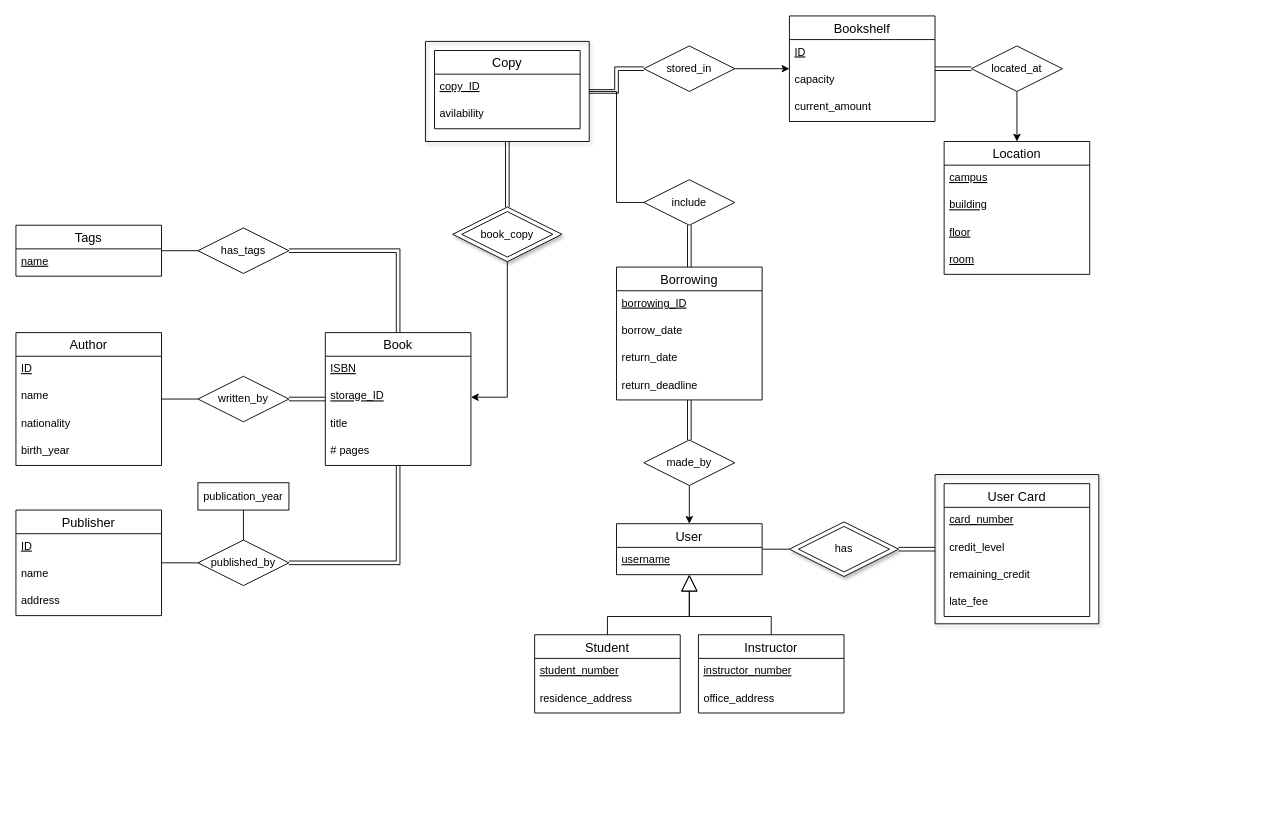
Kassaking7/eLibraryManagementSystem keeps this draw.io diagram as schema/er_diagram/ER_diagram_draft.drawio. Above is the earlier version. Source tidied: cells renumbered, new cells numbered last; positions are measured from the earlier drawing's top-left corner, leaving out a move shared by most shapes. Both pictures are drawn from the tidied source at 91%, with x=0, y=0 at pixel (15, 15).
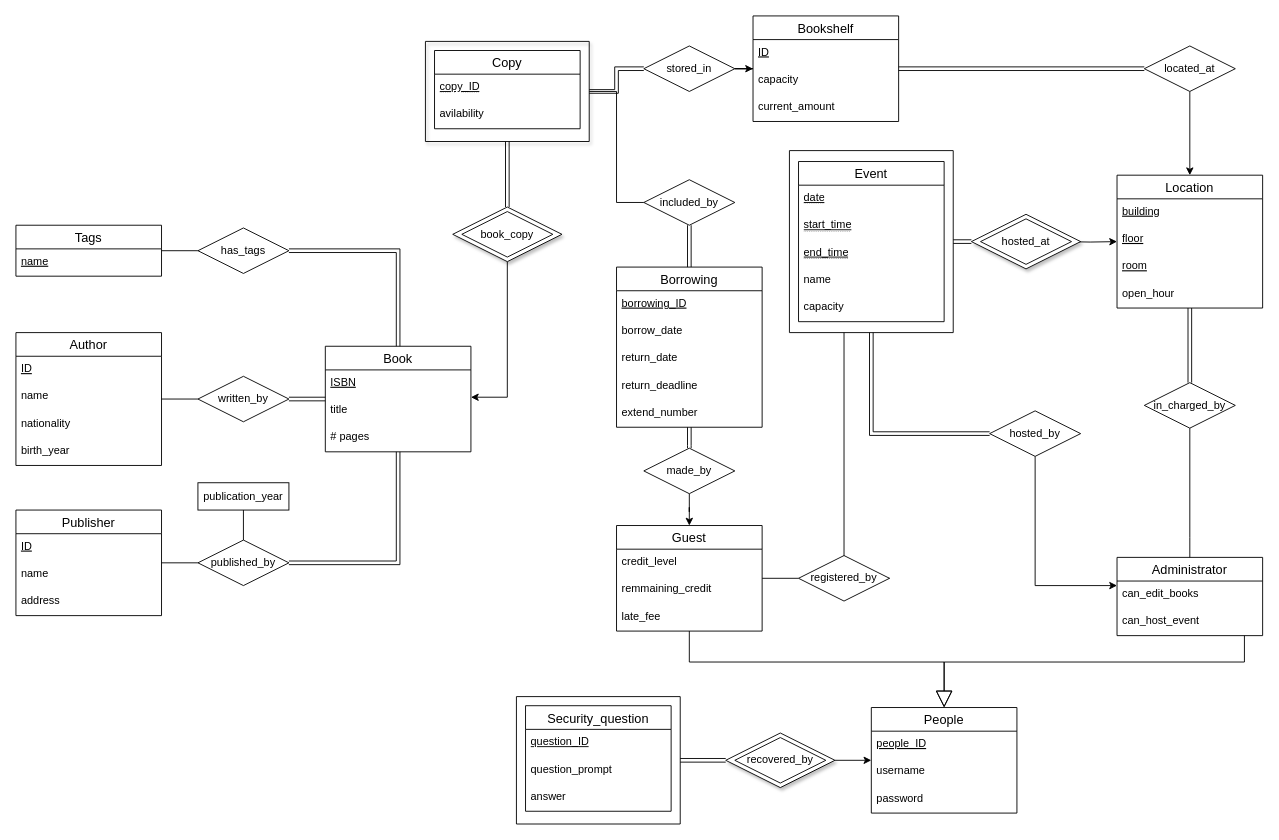
Above is the later version.

The change refers to these unchanged cells:
```xml
<mxCell id="73" value="Copy" style="swimlane;fontStyle=0;horizontal=1;startSize=26;align=center;fontSize=14;" parent="1" vertex="1">
  <mxGeometry x="460" y="38" width="160" height="86" as="geometry" />
</mxCell>
<mxCell id="79" style="rhombus;whiteSpace=wrap;html=1;shadow=1;" parent="1" vertex="1">
  <mxGeometry x="480" y="210" width="120" height="60" as="geometry" />
</mxCell>
```

Diff of the diagram source:
```diff
@@
-    <mxCell id="2" style="rhombus;whiteSpace=wrap;html=1;shadow=1;" parent="1" vertex="1">
-      <mxGeometry x="850" y="556" width="120" height="60" as="geometry" />
-    </mxCell>
     <mxCell id="3" value="Book" style="swimlane;fontStyle=0;horizontal=1;startSize=26;align=center;fontSize=14;" parent="1" vertex="1">
-      <mxGeometry x="340" y="348" width="160" height="146" as="geometry" />
+      <mxGeometry x="340" y="363" width="160" height="116" as="geometry" />
     </mxCell>
@@
-    <mxCell id="5" value="storage_ID" style="text;strokeColor=none;fillColor=none;spacingLeft=4;spacingRight=4;overflow=hidden;points=[[0,0.5],[1,0.5]];portConstraint=eastwest;fontSize=12;fontStyle=4;" parent="3" vertex="1">
-      <mxGeometry y="56" width="160" height="30" as="geometry" />
-    </mxCell>
     <mxCell id="6" value="title" style="text;strokeColor=none;fillColor=none;spacingLeft=4;spacingRight=4;overflow=hidden;fontSize=12;" parent="3" vertex="1">
-      <mxGeometry y="86" width="160" height="30" as="geometry" />
+      <mxGeometry y="56" width="160" height="30" as="geometry" />
     </mxCell>
     <mxCell id="7" value="# pages" style="text;strokeColor=none;fillColor=none;spacingLeft=4;spacingRight=4;overflow=hidden;fontSize=12;" parent="3" vertex="1">
-      <mxGeometry y="116" width="160" height="30" as="geometry" />
+      <mxGeometry y="86" width="160" height="30" as="geometry" />
     </mxCell>
     <mxCell id="8" value="Bookshelf" style="swimlane;fontStyle=0;horizontal=1;startSize=26;align=center;fontSize=14;" parent="1" vertex="1">
-      <mxGeometry x="850" width="160" height="116" as="geometry" />
+      <mxGeometry x="810" width="160" height="116" as="geometry" />
     </mxCell>
@@
     <mxCell id="12" value="Location" style="swimlane;fontStyle=0;horizontal=1;startSize=26;align=center;fontSize=14;" parent="1" vertex="1">
-      <mxGeometry x="1020" y="138" width="160" height="146" as="geometry" />
+      <mxGeometry x="1210" y="175" width="160" height="146" as="geometry" />
     </mxCell>
-    <mxCell id="13" value="campus" style="text;strokeColor=none;fillColor=none;spacingLeft=4;spacingRight=4;overflow=hidden;fontSize=12;fontStyle=4;" parent="12" vertex="1">
-      <mxGeometry y="26" width="160" height="30" as="geometry" />
-    </mxCell>
     <mxCell id="14" value="building" style="text;strokeColor=none;fillColor=none;spacingLeft=4;spacingRight=4;overflow=hidden;fontSize=12;fontStyle=4;" parent="12" vertex="1">
-      <mxGeometry y="56" width="160" height="30" as="geometry" />
+      <mxGeometry y="26" width="160" height="30" as="geometry" />
     </mxCell>
     <mxCell id="15" value="floor" style="text;strokeColor=none;fillColor=none;spacingLeft=4;spacingRight=4;overflow=hidden;fontSize=12;fontStyle=4;" parent="12" vertex="1">
-      <mxGeometry y="86" width="160" height="30" as="geometry" />
+      <mxGeometry y="56" width="160" height="30" as="geometry" />
     </mxCell>
     <mxCell id="16" value="room" style="text;strokeColor=none;fillColor=none;spacingLeft=4;spacingRight=4;overflow=hidden;fontSize=12;fontStyle=4;" parent="12" vertex="1">
-      <mxGeometry y="116" width="160" height="30" as="geometry" />
+      <mxGeometry y="86" width="160" height="30" as="geometry" />
     </mxCell>
+    <mxCell id="83" value="open_hour" style="text;strokeColor=none;fillColor=none;spacingLeft=4;spacingRight=4;overflow=hidden;fontSize=12;fontStyle=0;" parent="12" vertex="1">
+      <mxGeometry y="116" width="160" height="30" as="geometry" />
+    </mxCell>
@@
     <mxCell id="22" value="located_at" style="rhombus;whiteSpace=wrap;html=1;" parent="1" vertex="1">
-      <mxGeometry x="1050" y="33" width="100" height="50" as="geometry" />
+      <mxGeometry x="1240" y="33" width="100" height="50" as="geometry" />
     </mxCell>
@@
-    <mxCell id="36" value="Student" style="swimlane;fontStyle=0;horizontal=1;startSize=26;align=center;fontSize=14;" parent="1" vertex="1">
-      <mxGeometry x="570" y="680" width="160" height="86" as="geometry" />
+    <mxCell id="36" value="Guest" style="swimlane;fontStyle=0;horizontal=1;startSize=26;align=center;fontSize=14;" parent="1" vertex="1">
+      <mxGeometry x="660" y="560" width="160" height="116" as="geometry" />
     </mxCell>
-    <mxCell id="37" value="student_number" style="text;strokeColor=none;fillColor=none;spacingLeft=4;spacingRight=4;overflow=hidden;fontSize=12;fontStyle=4;" parent="36" vertex="1">
+    <mxCell id="37" value="credit_level" style="text;strokeColor=none;fillColor=none;spacingLeft=4;spacingRight=4;overflow=hidden;fontSize=12;fontStyle=0;" parent="36" vertex="1">
       <mxGeometry y="26" width="160" height="30" as="geometry" />
     </mxCell>
-    <mxCell id="38" value="residence_address" style="text;strokeColor=none;fillColor=none;spacingLeft=4;spacingRight=4;overflow=hidden;fontSize=12;" parent="36" vertex="1">
+    <mxCell id="38" value="remmaining_credit" style="text;strokeColor=none;fillColor=none;spacingLeft=4;spacingRight=4;overflow=hidden;fontSize=12;" parent="36" vertex="1">
       <mxGeometry y="56" width="160" height="30" as="geometry" />
     </mxCell>
+    <mxCell id="65" value="late_fee" style="text;strokeColor=none;fillColor=none;spacingLeft=4;spacingRight=4;overflow=hidden;fontSize=12;" parent="36" vertex="1">
+      <mxGeometry y="86" width="160" height="30" as="geometry" />
+    </mxCell>
-    <mxCell id="39" value="User" style="swimlane;fontStyle=0;horizontal=1;startSize=26;align=center;fontSize=14;" parent="1" vertex="1">
-      <mxGeometry x="660" y="558" width="160" height="56" as="geometry" />
+    <mxCell id="39" value="People" style="swimlane;fontStyle=0;horizontal=1;startSize=26;align=center;fontSize=14;" parent="1" vertex="1">
+      <mxGeometry x="940" y="760" width="160" height="116" as="geometry" />
     </mxCell>
-    <mxCell id="40" value="username" style="text;strokeColor=none;fillColor=none;spacingLeft=4;spacingRight=4;overflow=hidden;fontSize=12;fontStyle=4;" parent="39" vertex="1">
+    <mxCell id="40" value="people_ID" style="text;strokeColor=none;fillColor=none;spacingLeft=4;spacingRight=4;overflow=hidden;fontSize=12;fontStyle=4;" parent="39" vertex="1">
       <mxGeometry y="26" width="160" height="30" as="geometry" />
     </mxCell>
+    <mxCell id="84" value="username" style="text;strokeColor=none;fillColor=none;spacingLeft=4;spacingRight=4;overflow=hidden;fontSize=12;fontStyle=0;" parent="39" vertex="1">
+      <mxGeometry y="56" width="160" height="30" as="geometry" />
+    </mxCell>
+    <mxCell id="85" value="password" style="text;strokeColor=none;fillColor=none;spacingLeft=4;spacingRight=4;overflow=hidden;fontSize=12;fontStyle=0;" parent="39" vertex="1">
+      <mxGeometry y="86" width="160" height="30" as="geometry" />
+    </mxCell>
-    <mxCell id="41" value="Instructor" style="swimlane;fontStyle=0;horizontal=1;startSize=26;align=center;fontSize=14;" parent="1" vertex="1">
-      <mxGeometry x="750" y="680" width="160" height="86" as="geometry" />
+    <mxCell id="41" value="Administrator" style="swimlane;fontStyle=0;horizontal=1;startSize=26;align=center;fontSize=14;" parent="1" vertex="1">
+      <mxGeometry x="1210" y="595" width="160" height="86" as="geometry" />
     </mxCell>
-    <mxCell id="42" value="instructor_number" style="text;strokeColor=none;fillColor=none;spacingLeft=4;spacingRight=4;overflow=hidden;fontSize=12;fontStyle=4;" parent="41" vertex="1">
-      <mxGeometry y="26" width="160" height="30" as="geometry" />
-    </mxCell>
-    <mxCell id="43" value="office_address" style="text;strokeColor=none;fillColor=none;spacingLeft=4;spacingRight=4;overflow=hidden;fontSize=12;" parent="41" vertex="1">
-      <mxGeometry y="56" width="160" height="30" as="geometry" />
-    </mxCell>
+    <mxCell id="86" value="can_edit_books" style="text;strokeColor=none;fillColor=none;spacingLeft=4;spacingRight=4;overflow=hidden;fontSize=12;" parent="41" vertex="1">
+      <mxGeometry y="26" width="160" height="30" as="geometry" />
+    </mxCell>
+    <mxCell id="87" value="can_host_event" style="text;strokeColor=none;fillColor=none;spacingLeft=4;spacingRight=4;overflow=hidden;fontSize=12;" parent="41" vertex="1">
+      <mxGeometry y="56" width="160" height="30" as="geometry" />
+    </mxCell>
@@
     <mxCell id="46" style="endArrow=block;endSize=16;endFill=0;html=1;rounded=0;edgeStyle=orthogonalEdgeStyle;" parent="1" edge="1" source="36" target="39">
       <mxGeometry relative="1" as="geometry">
         <Array as="points">
-          <mxPoint x="650" y="660" />
-          <mxPoint x="740" y="660" />
+          <mxPoint x="740" y="710" />
+          <mxPoint x="1020" y="710" />
         </Array>
       </mxGeometry>
     </mxCell>
     <mxCell id="47" style="endArrow=block;endSize=16;endFill=0;html=1;rounded=0;edgeStyle=orthogonalEdgeStyle;" parent="1" edge="1" source="41" target="39">
       <mxGeometry relative="1" as="geometry">
         <Array as="points">
-          <mxPoint x="830" y="660" />
-          <mxPoint x="740" y="660" />
+          <mxPoint x="1350" y="710" />
+          <mxPoint x="1020" y="710" />
         </Array>
       </mxGeometry>
     </mxCell>
     <mxCell id="48" value="Borrowing" style="swimlane;fontStyle=0;horizontal=1;startSize=26;align=center;fontSize=14;" parent="1" vertex="1">
-      <mxGeometry x="660" y="276" width="160" height="146" as="geometry" />
+      <mxGeometry x="660" y="276" width="160" height="176" as="geometry" />
     </mxCell>
@@
+    <mxCell id="88" value="extend_number" style="text;strokeColor=none;fillColor=none;spacingLeft=4;spacingRight=4;overflow=hidden;fontSize=12;" parent="48" vertex="1">
+      <mxGeometry y="146" width="160" height="30" as="geometry" />
+    </mxCell>
@@
-    <mxCell id="54" style="edgeStyle=orthogonalEdgeStyle;rounded=0;jettySize=auto;html=1;exitX=0.5;exitY=1;exitDx=0;exitDy=0;" parent="1" edge="1" source="55" target="39">
+    <mxCell id="54" style="edgeStyle=orthogonalEdgeStyle;rounded=0;jettySize=auto;html=1;exitX=0.5;exitY=1;exitDx=0;exitDy=0;" parent="1" edge="1" source="55" target="36">
       <mxGeometry relative="1" as="geometry" />
     </mxCell>
     <mxCell id="55" value="made_by" style="rhombus;whiteSpace=wrap;html=1;" parent="1" vertex="1">
-      <mxGeometry x="690" y="466" width="100" height="50" as="geometry" />
+      <mxGeometry x="690" y="475" width="100" height="50" as="geometry" />
     </mxCell>
@@
-    <mxCell id="57" value="include" style="rhombus;whiteSpace=wrap;html=1;" parent="1" vertex="1">
+    <mxCell id="57" value="included_by" style="rhombus;whiteSpace=wrap;html=1;" parent="1" vertex="1">
       <mxGeometry x="690" y="180" width="100" height="50" as="geometry" />
     </mxCell>
@@
-    <mxCell id="59" style="edgeStyle=orthogonalEdgeStyle;rounded=0;jettySize=auto;html=1;shape=link;" parent="1" edge="1" source="2" target="67">
-      <mxGeometry relative="1" as="geometry" />
-    </mxCell>
-    <mxCell id="60" value="has" style="rhombus;whiteSpace=wrap;html=1;" parent="1" vertex="1">
-      <mxGeometry x="860" y="561" width="100" height="50" as="geometry" />
-    </mxCell>
-    <mxCell id="61" value="User Card" style="swimlane;fontStyle=0;horizontal=1;startSize=26;align=center;fontSize=14;" parent="1" vertex="1">
-      <mxGeometry x="1020" y="514" width="160" height="146" as="geometry" />
-    </mxCell>
-    <mxCell id="62" value="card_number" style="text;strokeColor=none;fillColor=none;spacingLeft=4;spacingRight=4;overflow=hidden;fontSize=12;fontStyle=4;" parent="61" vertex="1">
-      <mxGeometry y="26" width="160" height="30" as="geometry" />
-    </mxCell>
-    <mxCell id="63" value="credit_level" style="text;strokeColor=none;fillColor=none;spacingLeft=4;spacingRight=4;overflow=hidden;fontSize=12;" parent="61" vertex="1">
-      <mxGeometry y="56" width="160" height="30" as="geometry" />
-    </mxCell>
-    <mxCell id="64" value="remaining_credit" style="text;strokeColor=none;fillColor=none;spacingLeft=4;spacingRight=4;overflow=hidden;fontSize=12;" parent="61" vertex="1">
-      <mxGeometry y="86" width="160" height="30" as="geometry" />
-    </mxCell>
-    <mxCell id="65" value="late_fee" style="text;strokeColor=none;fillColor=none;spacingLeft=4;spacingRight=4;overflow=hidden;fontSize=12;" parent="61" vertex="1">
-      <mxGeometry y="116" width="160" height="30" as="geometry" />
-    </mxCell>
-    <mxCell id="66" style="endArrow=none;html=1;rounded=0;edgeStyle=orthogonalEdgeStyle;entryX=0;entryY=0.5;entryDx=0;entryDy=0;" parent="1" edge="1" source="39" target="2">
-      <mxGeometry relative="1" as="geometry" />
-    </mxCell>
-    <mxCell id="67" style="swimlane;startSize=0;shadow=1;" parent="1" vertex="1">
-      <mxGeometry x="1010" y="504" width="180" height="164" as="geometry" />
-    </mxCell>
@@
-    <mxCell id="74" value="copy_ID" style="text;strokeColor=none;fillColor=none;spacingLeft=4;spacingRight=4;overflow=hidden;fontSize=12;fontStyle=4;" parent="73" vertex="1">
+    <mxCell id="74" value="&lt;u style=&quot;text-decoration:underline dotted;text-underline-position:under&quot;&gt;copy_ID&lt;/u&gt;" style="text;strokeColor=none;fillColor=none;spacingLeft=4;spacingRight=4;overflow=hidden;fontSize=12;fontStyle=4;html=1;" parent="73" vertex="1">
       <mxGeometry y="26" width="160" height="30" as="geometry" />
     </mxCell>
@@
-    <mxCell id="78" style="edgeStyle=orthogonalEdgeStyle;rounded=0;jettySize=auto;html=1;exitX=0.5;exitY=1;exitDx=0;exitDy=0;entryX=1;entryY=0.5;entryDx=0;entryDy=0;" parent="1" edge="1" source="79" target="5">
-      <mxGeometry relative="1" as="geometry" />
+    <mxCell id="78" style="edgeStyle=orthogonalEdgeStyle;rounded=0;jettySize=auto;html=1;exitX=0.5;exitY=1;exitDx=0;exitDy=0;entryX=1;entryY=0.5;entryDx=0;entryDy=0;" parent="1" edge="1" source="79">
+      <mxGeometry relative="1" as="geometry">
+        <mxPoint x="500" y="419" as="targetPoint" />
+        <Array as="points">
+          <mxPoint x="540" y="419" />
+        </Array>
+      </mxGeometry>
     </mxCell>
@@
+    <mxCell id="89" style="edgeStyle=orthogonalEdgeStyle;rounded=0;jettySize=auto;html=1;exitX=0.5;exitY=0;exitDx=0;exitDy=0;shape=link;" parent="1" edge="1" source="91" target="12">
+      <mxGeometry relative="1" as="geometry" />
+    </mxCell>
+    <mxCell id="90" style="edgeStyle=orthogonalEdgeStyle;rounded=0;jettySize=auto;html=1;exitX=0.5;exitY=1;exitDx=0;exitDy=0;endArrow=none;endFill=0;" parent="1" edge="1" source="91" target="41">
+      <mxGeometry relative="1" as="geometry">
+        <Array as="points">
+          <mxPoint x="1290" y="573" />
+          <mxPoint x="1290" y="573" />
+        </Array>
+      </mxGeometry>
+    </mxCell>
+    <mxCell id="91" value="in_charged_by" style="rhombus;whiteSpace=wrap;html=1;" parent="1" vertex="1">
+      <mxGeometry x="1240" y="403" width="100" height="50" as="geometry" />
+    </mxCell>
+    <mxCell id="92" style="swimlane;startSize=0;" parent="1" vertex="1">
+      <mxGeometry x="850" y="148" width="180" height="200" as="geometry" />
+    </mxCell>
+    <mxCell id="93" value="Event" style="swimlane;fontStyle=0;horizontal=1;startSize=26;align=center;fontSize=14;" parent="92" vertex="1">
+      <mxGeometry x="10" y="12" width="160" height="176" as="geometry" />
+    </mxCell>
+    <mxCell id="94" value="&lt;u style=&quot;text-decoration:underline dotted;text-underline-position:under&quot;&gt;date&lt;/u&gt;" style="text;strokeColor=none;fillColor=none;spacingLeft=4;spacingRight=4;overflow=hidden;fontSize=12;fontStyle=4;html=1;" parent="93" vertex="1">
+      <mxGeometry y="26" width="160" height="30" as="geometry" />
+    </mxCell>
+    <mxCell id="95" value="&lt;u style=&quot;text-decoration:underline dotted;text-underline-position:under&quot;&gt;start_time&lt;/u&gt;" style="text;strokeColor=none;fillColor=none;spacingLeft=4;spacingRight=4;overflow=hidden;fontSize=12;fontStyle=4;html=1;" parent="93" vertex="1">
+      <mxGeometry y="56" width="160" height="30" as="geometry" />
+    </mxCell>
+    <mxCell id="96" value="&lt;u style=&quot;text-decoration:underline dotted;text-underline-position:under&quot;&gt;end_time&lt;/u&gt;" style="text;strokeColor=none;fillColor=none;spacingLeft=4;spacingRight=4;overflow=hidden;fontSize=12;fontStyle=4;html=1;" parent="93" vertex="1">
+      <mxGeometry y="86" width="160" height="30" as="geometry" />
+    </mxCell>
+    <mxCell id="97" value="name" style="text;strokeColor=none;fillColor=none;spacingLeft=4;spacingRight=4;overflow=hidden;fontSize=12;fontStyle=0;" parent="93" vertex="1">
+      <mxGeometry y="116" width="160" height="30" as="geometry" />
+    </mxCell>
+    <mxCell id="98" value="capacity" style="text;strokeColor=none;fillColor=none;spacingLeft=4;spacingRight=4;overflow=hidden;fontSize=12;fontStyle=0;" parent="93" vertex="1">
+      <mxGeometry y="146" width="160" height="30" as="geometry" />
+    </mxCell>
+    <mxCell id="99" style="edgeStyle=orthogonalEdgeStyle;shape=link;rounded=0;jettySize=auto;html=1;exitX=0;exitY=0.5;exitDx=0;exitDy=0;endArrow=classic;endFill=1;" parent="1" edge="1" source="101" target="92">
+      <mxGeometry relative="1" as="geometry" />
+    </mxCell>
+    <mxCell id="100" style="edgeStyle=orthogonalEdgeStyle;rounded=0;jettySize=auto;html=1;exitX=1;exitY=0.5;exitDx=0;exitDy=0;endArrow=classic;endFill=1;" parent="1" edge="1" target="12">
+      <mxGeometry relative="1" as="geometry">
+        <mxPoint x="1150" y="248" as="sourcePoint" />
+      </mxGeometry>
+    </mxCell>
+    <mxCell id="101" style="rhombus;whiteSpace=wrap;html=1;shadow=1;" parent="1" vertex="1">
+      <mxGeometry x="1050" y="218" width="120" height="60" as="geometry" />
+    </mxCell>
+    <mxCell id="102" value="hosted_at" style="rhombus;whiteSpace=wrap;html=1;" parent="1" vertex="1">
+      <mxGeometry x="1060" y="223" width="100" height="50" as="geometry" />
+    </mxCell>
+    <mxCell id="103" style="edgeStyle=orthogonalEdgeStyle;rounded=0;jettySize=auto;html=1;exitX=0.5;exitY=1;exitDx=0;exitDy=0;" parent="1" edge="1" source="105" target="41">
+      <mxGeometry relative="1" as="geometry">
+        <Array as="points">
+          <mxPoint x="1120" y="626" />
+        </Array>
+      </mxGeometry>
+    </mxCell>
+    <mxCell id="104" style="edgeStyle=orthogonalEdgeStyle;rounded=0;jettySize=auto;html=1;exitX=0;exitY=0.5;exitDx=0;exitDy=0;endArrow=classic;endFill=1;shape=link;" parent="1" edge="1" source="105" target="92">
+      <mxGeometry relative="1" as="geometry" />
+    </mxCell>
+    <mxCell id="105" value="hosted_by" style="rhombus;whiteSpace=wrap;html=1;" parent="1" vertex="1">
+      <mxGeometry x="1070" y="434" width="100" height="50" as="geometry" />
+    </mxCell>
+    <mxCell id="106" style="edgeStyle=orthogonalEdgeStyle;rounded=0;jettySize=auto;html=1;exitX=0;exitY=0.5;exitDx=0;exitDy=0;endArrow=none;endFill=0;" parent="1" edge="1" source="108" target="36">
+      <mxGeometry relative="1" as="geometry" />
+    </mxCell>
+    <mxCell id="107" style="edgeStyle=orthogonalEdgeStyle;rounded=0;jettySize=auto;html=1;exitX=1;exitY=0.5;exitDx=0;exitDy=0;endArrow=none;endFill=0;" parent="1" edge="1" source="108" target="92">
+      <mxGeometry relative="1" as="geometry">
+        <Array as="points">
+          <mxPoint x="910" y="618" />
+        </Array>
+      </mxGeometry>
+    </mxCell>
+    <mxCell id="108" value="registered_by" style="rhombus;whiteSpace=wrap;html=1;" parent="1" vertex="1">
+      <mxGeometry x="860" y="593" width="100" height="50" as="geometry" />
+    </mxCell>
+    <mxCell id="109" value="Security_question" style="swimlane;fontStyle=0;horizontal=1;startSize=26;align=center;fontSize=14;" parent="1" vertex="1">
+      <mxGeometry x="560" y="758" width="160" height="116" as="geometry" />
+    </mxCell>
+    <mxCell id="110" value="&lt;u style=&quot;text-decoration:underline dotted;text-underline-position:under&quot;&gt;question_ID&lt;/u&gt;" style="text;strokeColor=none;fillColor=none;spacingLeft=4;spacingRight=4;overflow=hidden;fontSize=12;fontStyle=4;html=1;" parent="109" vertex="1">
+      <mxGeometry y="26" width="160" height="30" as="geometry" />
+    </mxCell>
+    <mxCell id="111" value="question_prompt" style="text;strokeColor=none;fillColor=none;spacingLeft=4;spacingRight=4;overflow=hidden;fontSize=12;fontStyle=0;" parent="109" vertex="1">
+      <mxGeometry y="56" width="160" height="30" as="geometry" />
+    </mxCell>
+    <mxCell id="112" value="answer" style="text;strokeColor=none;fillColor=none;spacingLeft=4;spacingRight=4;overflow=hidden;fontSize=12;fontStyle=0;" parent="109" vertex="1">
+      <mxGeometry y="86" width="160" height="30" as="geometry" />
+    </mxCell>
+    <mxCell id="113" style="edgeStyle=orthogonalEdgeStyle;rounded=0;sketch=0;jettySize=auto;html=1;entryX=0;entryY=0.5;entryDx=0;entryDy=0;endArrow=none;endFill=0;shape=link;" parent="1" edge="1" source="114" target="116">
+      <mxGeometry relative="1" as="geometry" />
+    </mxCell>
+    <mxCell id="114" style="swimlane;startSize=0;" parent="1" vertex="1">
+      <mxGeometry x="550" y="748" width="180" height="140" as="geometry" />
+    </mxCell>
+    <mxCell id="115" style="edgeStyle=orthogonalEdgeStyle;rounded=0;sketch=0;jettySize=auto;html=1;exitX=1;exitY=0.5;exitDx=0;exitDy=0;endArrow=classic;endFill=1;" parent="1" edge="1" source="116" target="39">
+      <mxGeometry relative="1" as="geometry" />
+    </mxCell>
+    <mxCell id="116" style="rhombus;whiteSpace=wrap;html=1;shadow=1;" parent="1" vertex="1">
+      <mxGeometry x="780" y="788" width="120" height="60" as="geometry" />
+    </mxCell>
+    <mxCell id="117" value="recovered_by" style="rhombus;whiteSpace=wrap;html=1;" parent="1" vertex="1">
+      <mxGeometry x="790" y="793" width="100" height="50" as="geometry" />
+    </mxCell>
```
